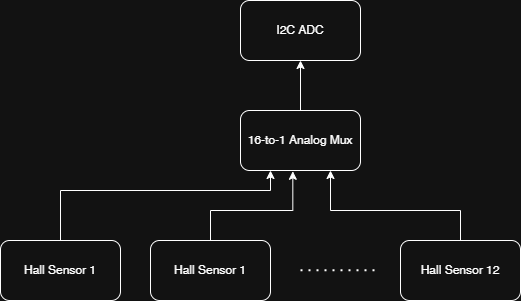
Above: docs/images/crude_peripheral_diagram.png in tguyenn/Digital-Synthesizer (draw.io), before the change. Source tidied: cells renumbered, new cells last; positions are measured from the earlier drawing's top-left corner, leaving out a move shared by most shapes. Its diagram source:
```xml
<mxGraphModel>
  <root>
    <mxCell id="0" />
    <mxCell id="1" parent="0" />
    <mxCell id="2" value="I2C ADC" style="rounded=1;whiteSpace=wrap;html=1;" parent="1" vertex="1">
      <mxGeometry x="240" width="120" height="60" as="geometry" />
    </mxCell>
    <mxCell id="3" style="edgeStyle=orthogonalEdgeStyle;rounded=0;jettySize=auto;html=1;entryX=0.5;entryY=1;entryDx=0;entryDy=0;" parent="1" edge="1" source="4" target="2">
      <mxGeometry relative="1" as="geometry" />
    </mxCell>
    <mxCell id="4" value="16-to-1 Analog Mux" style="rounded=1;whiteSpace=wrap;html=1;" parent="1" vertex="1">
      <mxGeometry x="240" y="110" width="120" height="60" as="geometry" />
    </mxCell>
    <mxCell id="5" style="edgeStyle=orthogonalEdgeStyle;rounded=0;jettySize=auto;html=1;entryX=0.25;entryY=1;entryDx=0;entryDy=0;" parent="1" edge="1" source="6" target="4">
      <mxGeometry relative="1" as="geometry">
        <Array as="points">
          <mxPoint x="60" y="190" />
          <mxPoint x="270" y="190" />
        </Array>
      </mxGeometry>
    </mxCell>
    <mxCell id="6" value="Hall Sensor 1" style="rounded=1;whiteSpace=wrap;html=1;" parent="1" vertex="1">
      <mxGeometry y="240" width="120" height="60" as="geometry" />
    </mxCell>
    <mxCell id="7" value="Hall Sensor 1" style="rounded=1;whiteSpace=wrap;html=1;" parent="1" vertex="1">
      <mxGeometry x="150" y="240" width="120" height="60" as="geometry" />
    </mxCell>
    <mxCell id="8" style="edgeStyle=orthogonalEdgeStyle;rounded=0;jettySize=auto;html=1;entryX=0.75;entryY=1;entryDx=0;entryDy=0;" parent="1" edge="1" source="9" target="4">
      <mxGeometry relative="1" as="geometry">
        <Array as="points">
          <mxPoint x="460" y="210" />
          <mxPoint x="330" y="210" />
        </Array>
      </mxGeometry>
    </mxCell>
    <mxCell id="9" value="Hall Sensor 12" style="rounded=1;whiteSpace=wrap;html=1;" parent="1" vertex="1">
      <mxGeometry x="400" y="240" width="120" height="60" as="geometry" />
    </mxCell>
    <mxCell id="10" style="endArrow=none;dashed=1;html=1;dashPattern=1 3;strokeWidth=2;rounded=0;" parent="1" edge="1">
      <mxGeometry relative="1" as="geometry">
        <mxPoint x="300" y="269.8" as="sourcePoint" />
        <mxPoint x="380" y="269.8" as="targetPoint" />
      </mxGeometry>
    </mxCell>
    <mxCell id="11" style="edgeStyle=orthogonalEdgeStyle;rounded=0;jettySize=auto;html=1;entryX=0.436;entryY=1.013;entryDx=0;entryDy=0;entryPerimeter=0;" parent="1" edge="1" source="7" target="4">
      <mxGeometry relative="1" as="geometry">
        <Array as="points">
          <mxPoint x="210" y="210" />
          <mxPoint x="292" y="210" />
        </Array>
      </mxGeometry>
    </mxCell>
  </root>
</mxGraphModel>
```
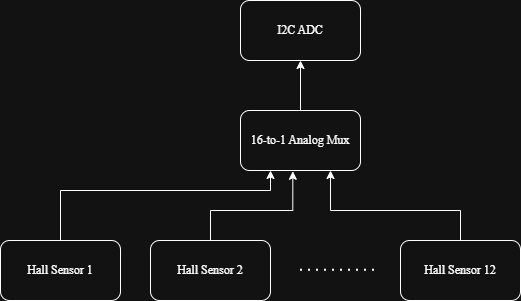
Above is the later version.

The edit, as a diff of the source:
```diff
@@ -2,16 +2,16 @@
   <root>
     <mxCell id="0" />
     <mxCell id="1" parent="0" />
-    <mxCell id="2" value="I2C ADC" style="rounded=1;whiteSpace=wrap;html=1;" parent="1" vertex="1">
+    <mxCell id="2" value="&lt;font&gt;I2C ADC&lt;/font&gt;" style="rounded=1;whiteSpace=wrap;html=1;fontFamily=Times New Roman;" parent="1" vertex="1">
       <mxGeometry x="240" width="120" height="60" as="geometry" />
     </mxCell>
-    <mxCell id="3" style="edgeStyle=orthogonalEdgeStyle;rounded=0;jettySize=auto;html=1;entryX=0.5;entryY=1;entryDx=0;entryDy=0;" parent="1" edge="1" source="4" target="2">
+    <mxCell id="3" style="edgeStyle=orthogonalEdgeStyle;rounded=0;jettySize=auto;html=1;entryX=0.5;entryY=1;entryDx=0;entryDy=0;fontFamily=Times New Roman;" parent="1" edge="1" source="4" target="2">
       <mxGeometry relative="1" as="geometry" />
     </mxCell>
-    <mxCell id="4" value="16-to-1 Analog Mux" style="rounded=1;whiteSpace=wrap;html=1;" parent="1" vertex="1">
+    <mxCell id="4" value="&lt;font&gt;16-to-1 Analog Mux&lt;/font&gt;" style="rounded=1;whiteSpace=wrap;html=1;fontFamily=Times New Roman;" parent="1" vertex="1">
       <mxGeometry x="240" y="110" width="120" height="60" as="geometry" />
     </mxCell>
-    <mxCell id="5" style="edgeStyle=orthogonalEdgeStyle;rounded=0;jettySize=auto;html=1;entryX=0.25;entryY=1;entryDx=0;entryDy=0;" parent="1" edge="1" source="6" target="4">
+    <mxCell id="5" style="edgeStyle=orthogonalEdgeStyle;rounded=0;jettySize=auto;html=1;entryX=0.25;entryY=1;entryDx=0;entryDy=0;fontFamily=Times New Roman;" parent="1" edge="1" source="6" target="4">
       <mxGeometry relative="1" as="geometry">
         <Array as="points">
           <mxPoint x="60" y="190" />
@@ -19,13 +19,13 @@
         </Array>
       </mxGeometry>
     </mxCell>
-    <mxCell id="6" value="Hall Sensor 1" style="rounded=1;whiteSpace=wrap;html=1;" parent="1" vertex="1">
+    <mxCell id="6" value="Hall Sensor 1" style="rounded=1;whiteSpace=wrap;html=1;fontFamily=Times New Roman;" parent="1" vertex="1">
       <mxGeometry y="240" width="120" height="60" as="geometry" />
     </mxCell>
-    <mxCell id="7" value="Hall Sensor 1" style="rounded=1;whiteSpace=wrap;html=1;" parent="1" vertex="1">
+    <mxCell id="7" value="Hall Sensor 2" style="rounded=1;whiteSpace=wrap;html=1;fontFamily=Times New Roman;" parent="1" vertex="1">
       <mxGeometry x="150" y="240" width="120" height="60" as="geometry" />
     </mxCell>
-    <mxCell id="8" style="edgeStyle=orthogonalEdgeStyle;rounded=0;jettySize=auto;html=1;entryX=0.75;entryY=1;entryDx=0;entryDy=0;" parent="1" edge="1" source="9" target="4">
+    <mxCell id="8" style="edgeStyle=orthogonalEdgeStyle;rounded=0;jettySize=auto;html=1;entryX=0.75;entryY=1;entryDx=0;entryDy=0;fontFamily=Times New Roman;" parent="1" edge="1" source="9" target="4">
       <mxGeometry relative="1" as="geometry">
         <Array as="points">
           <mxPoint x="460" y="210" />
@@ -33,16 +33,16 @@
         </Array>
       </mxGeometry>
     </mxCell>
-    <mxCell id="9" value="Hall Sensor 12" style="rounded=1;whiteSpace=wrap;html=1;" parent="1" vertex="1">
+    <mxCell id="9" value="Hall Sensor 12" style="rounded=1;whiteSpace=wrap;html=1;fontFamily=Times New Roman;" parent="1" vertex="1">
       <mxGeometry x="400" y="240" width="120" height="60" as="geometry" />
     </mxCell>
-    <mxCell id="10" style="endArrow=none;dashed=1;html=1;dashPattern=1 3;strokeWidth=2;rounded=0;" parent="1" edge="1">
+    <mxCell id="10" style="endArrow=none;dashed=1;html=1;dashPattern=1 3;strokeWidth=2;rounded=0;fontFamily=Times New Roman;" parent="1" edge="1">
       <mxGeometry relative="1" as="geometry">
         <mxPoint x="300" y="269.8" as="sourcePoint" />
         <mxPoint x="380" y="269.8" as="targetPoint" />
       </mxGeometry>
     </mxCell>
-    <mxCell id="11" style="edgeStyle=orthogonalEdgeStyle;rounded=0;jettySize=auto;html=1;entryX=0.436;entryY=1.013;entryDx=0;entryDy=0;entryPerimeter=0;" parent="1" edge="1" source="7" target="4">
+    <mxCell id="11" style="edgeStyle=orthogonalEdgeStyle;rounded=0;jettySize=auto;html=1;entryX=0.436;entryY=1.013;entryDx=0;entryDy=0;entryPerimeter=0;fontFamily=Times New Roman;" parent="1" edge="1" source="7" target="4">
       <mxGeometry relative="1" as="geometry">
         <Array as="points">
           <mxPoint x="210" y="210" />
```
